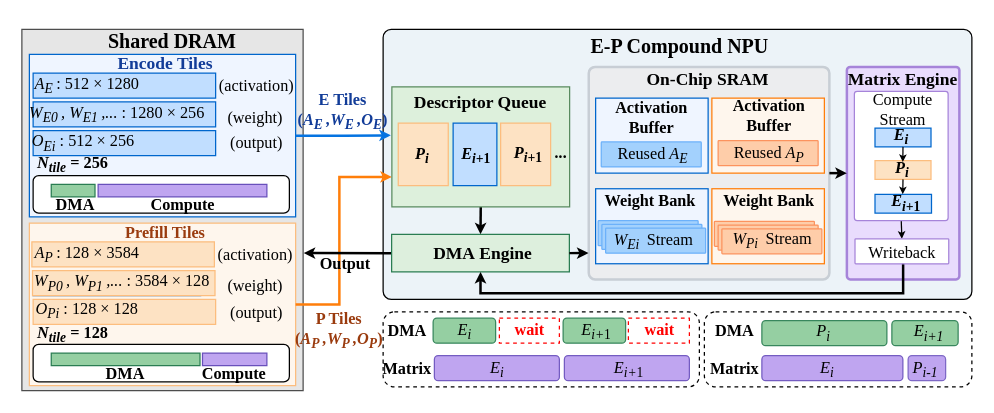
Before: figures/nputile.drawio in icszhr/hermes, a draw.io diagram. Source tidied: cells renumbered, new cells numbered last; positions are measured from the earlier drawing's top-left corner, leaving out a move shared by most shapes. Both pictures are drawn from the tidied source at 125%, with x=0, y=0 at pixel (21, 21).
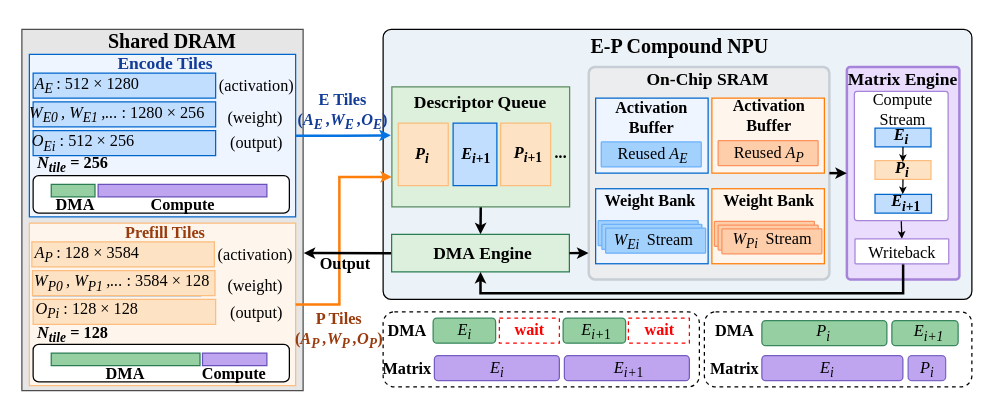
After the change.

The edit, as a diff of the source:
```diff
@@
-    <mxCell id="67" value="&lt;i style=&quot;forced-color-adjust: none; color: rgb(0, 0, 0); font-family: &amp;quot;Times New Roman&amp;quot;; font-variant-ligatures: normal; font-variant-caps: normal; font-weight: 400; letter-spacing: normal; orphans: 2; text-align: center; text-indent: 0px; text-transform: none; widows: 2; word-spacing: 0px; -webkit-text-stroke-width: 0px; white-space: normal; text-decoration-thickness: initial; text-decoration-style: initial; text-decoration-color: initial;&quot;&gt;P&lt;sub style=&quot;forced-color-adjust: none;&quot;&gt;&lt;font style=&quot;forced-color-adjust: none;&quot;&gt;i-1&lt;/font&gt;&lt;/sub&gt;&lt;/i&gt;" style="text;whiteSpace=wrap;html=1;labelBackgroundColor=none;fontSize=13;" parent="1" vertex="1">
-      <mxGeometry x="711" y="262" width="26" height="20" as="geometry" />
+    <mxCell id="67" value="&lt;i style=&quot;forced-color-adjust: none; color: rgb(0, 0, 0); font-family: &amp;quot;Times New Roman&amp;quot;; font-variant-ligatures: normal; font-variant-caps: normal; font-weight: 400; letter-spacing: normal; orphans: 2; text-align: center; text-indent: 0px; text-transform: none; widows: 2; word-spacing: 0px; -webkit-text-stroke-width: 0px; white-space: normal; text-decoration-thickness: initial; text-decoration-style: initial; text-decoration-color: initial;&quot;&gt;P&lt;sub style=&quot;forced-color-adjust: none;&quot;&gt;&lt;font style=&quot;forced-color-adjust: none;&quot;&gt;i&lt;/font&gt;&lt;/sub&gt;&lt;/i&gt;" style="text;whiteSpace=wrap;html=1;labelBackgroundColor=none;fontSize=13;" parent="1" vertex="1">
+      <mxGeometry x="717" y="262" width="26" height="20" as="geometry" />
     </mxCell>
```
